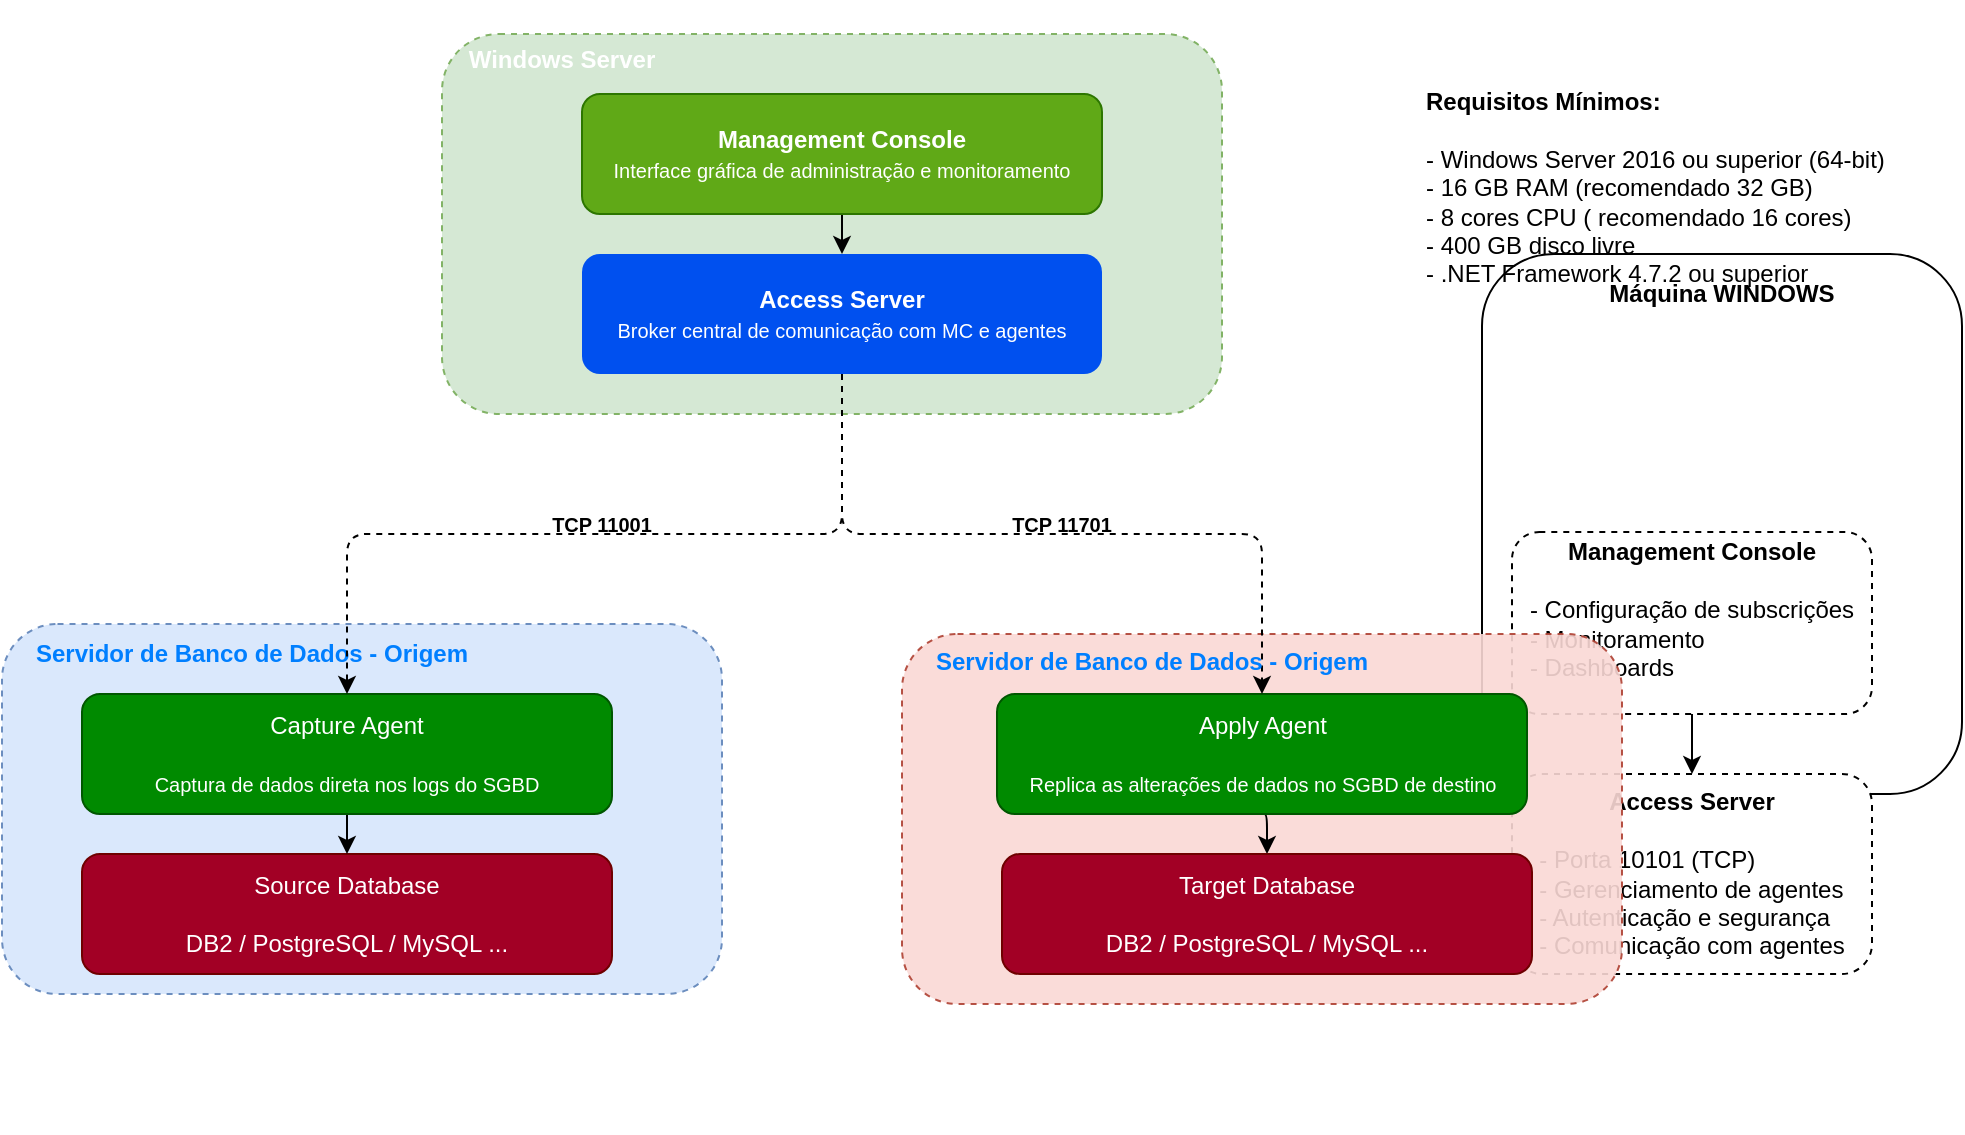
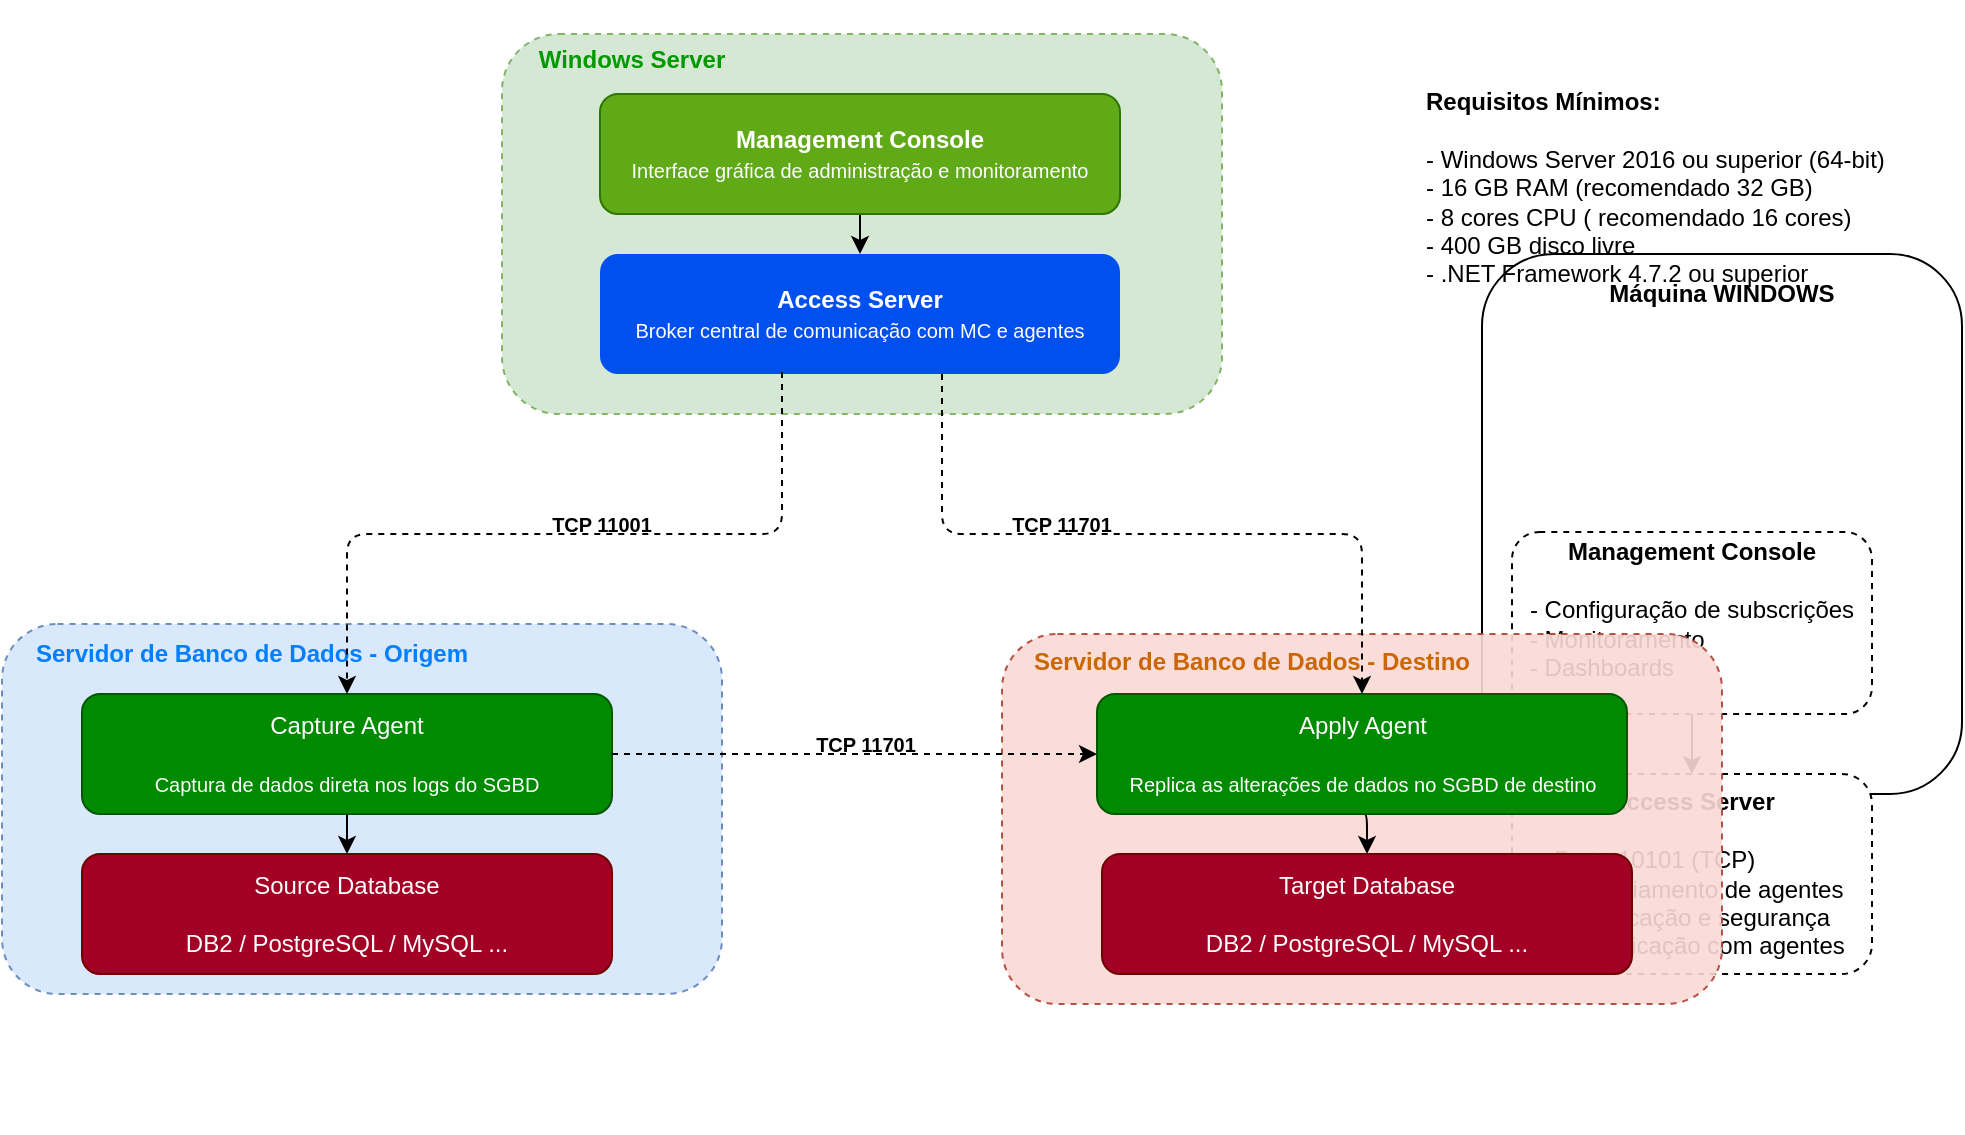
<mxfile host="app.diagrams.net">
  <diagram name="Page-1" id="ufLM51pSvgMN4Yb4cNfk">
    <mxGraphModel dx="1414" dy="766" grid="1" gridSize="10" guides="1" tooltips="1" connect="1" arrows="1" fold="1" page="1" pageScale="1" pageWidth="1169" pageHeight="827" math="0" shadow="0">
      <root>
        <mxCell id="0" />
        <mxCell id="1" parent="0" />
        <mxCell id="JlA0C_7pM_n0fd6ZD8XW-1" parent="1" style="rounded=1;whiteSpace=wrap;html=1;" value="&lt;div&gt;&lt;b&gt;&lt;br&gt;&lt;/b&gt;&lt;/div&gt;&lt;b&gt;&lt;div&gt;&lt;b&gt;&lt;br&gt;&lt;/b&gt;&lt;/div&gt;Máquina WINDOWS&lt;/b&gt;&lt;div&gt;&lt;b&gt;&lt;br&gt;&lt;/b&gt;&lt;div&gt;&lt;div&gt;&lt;b&gt;&lt;br&gt;&lt;/b&gt;&lt;/div&gt;&lt;div&gt;&lt;b&gt;&lt;br&gt;&lt;/b&gt;&lt;/div&gt;&lt;div&gt;&lt;b&gt;&lt;br&gt;&lt;/b&gt;&lt;/div&gt;&lt;div&gt;&lt;b&gt;&lt;br&gt;&lt;/b&gt;&lt;/div&gt;&lt;div&gt;&lt;b&gt;&lt;br&gt;&lt;/b&gt;&lt;/div&gt;&lt;div&gt;&lt;b&gt;&lt;br&gt;&lt;/b&gt;&lt;/div&gt;&lt;div&gt;&lt;b&gt;&lt;br&gt;&lt;/b&gt;&lt;/div&gt;&lt;div&gt;&lt;b&gt;&lt;br&gt;&lt;/b&gt;&lt;/div&gt;&lt;div&gt;&lt;b&gt;&lt;br&gt;&lt;/b&gt;&lt;/div&gt;&lt;div&gt;&lt;b&gt;&lt;br&gt;&lt;/b&gt;&lt;/div&gt;&lt;div&gt;&lt;b&gt;&lt;br&gt;&lt;/b&gt;&lt;/div&gt;&lt;div&gt;&lt;b&gt;&lt;br&gt;&lt;/b&gt;&lt;/div&gt;&lt;div&gt;&lt;b&gt;&lt;br&gt;&lt;/b&gt;&lt;/div&gt;&lt;div&gt;&lt;b&gt;&lt;br&gt;&lt;/b&gt;&lt;/div&gt;&lt;div&gt;&lt;b&gt;&lt;br&gt;&lt;/b&gt;&lt;/div&gt;&lt;div&gt;&lt;b&gt;&lt;br&gt;&lt;/b&gt;&lt;/div&gt;&lt;div&gt;&lt;br&gt;&lt;/div&gt;&lt;/div&gt;&lt;/div&gt;" vertex="1">
          <mxGeometry height="270" width="240" x="910" y="210" as="geometry" />
        </mxCell>
        <mxCell id="JlA0C_7pM_n0fd6ZD8XW-12" edge="1" parent="1" source="JlA0C_7pM_n0fd6ZD8XW-5" style="edgeStyle=orthogonalEdgeStyle;rounded=1;orthogonalLoop=1;jettySize=auto;html=1;" target="JlA0C_7pM_n0fd6ZD8XW-8" value="">
          <mxGeometry relative="1" as="geometry" />
        </mxCell>
        <mxCell id="JlA0C_7pM_n0fd6ZD8XW-5" parent="1" style="rounded=1;whiteSpace=wrap;html=1;dashed=1;" value="&lt;div&gt;&lt;br class=&quot;Apple-interchange-newline&quot;&gt;&lt;br&gt;&lt;/div&gt;&lt;div&gt;&lt;br&gt;&lt;/div&gt;&lt;div&gt;&lt;br&gt;&lt;/div&gt;&lt;b&gt;&lt;div&gt;&lt;b&gt;&lt;br&gt;&lt;/b&gt;&lt;/div&gt;Management Console&lt;/b&gt;&lt;div&gt;&lt;span style=&quot;background-color: transparent; color: light-dark(rgb(0, 0, 0), rgb(255, 255, 255)); text-align: left;&quot;&gt;&lt;br&gt;&lt;/span&gt;&lt;/div&gt;&lt;div&gt;&lt;span style=&quot;background-color: transparent; color: light-dark(rgb(0, 0, 0), rgb(255, 255, 255)); text-align: left;&quot;&gt;- Configuração de subscrições&lt;/span&gt;&lt;/div&gt;&lt;div style=&quot;text-align: left;&quot;&gt;- Monitoramento&lt;/div&gt;&lt;div style=&quot;text-align: left;&quot;&gt;- Dashboards&lt;/div&gt;&lt;div&gt;&lt;br&gt;&lt;/div&gt;&lt;div&gt;&lt;br&gt;&lt;/div&gt;&lt;div&gt;&lt;br&gt;&lt;/div&gt;&lt;div&gt;&lt;br&gt;&lt;/div&gt;&lt;div&gt;&lt;br&gt;&lt;/div&gt;&lt;div&gt;&lt;br&gt;&lt;/div&gt;" vertex="1">
          <mxGeometry height="91" width="180" x="925" y="349" as="geometry" />
        </mxCell>
        <mxCell id="JlA0C_7pM_n0fd6ZD8XW-6" edge="1" parent="1" source="JlA0C_7pM_n0fd6ZD8XW-5" style="edgeStyle=orthogonalEdgeStyle;rounded=1;orthogonalLoop=1;jettySize=auto;html=1;exitX=0.5;exitY=1;exitDx=0;exitDy=0;" target="JlA0C_7pM_n0fd6ZD8XW-5">
          <mxGeometry relative="1" as="geometry" />
        </mxCell>
        <mxCell id="JlA0C_7pM_n0fd6ZD8XW-8" parent="1" style="rounded=1;whiteSpace=wrap;html=1;dashed=1;" value="&lt;div&gt;&lt;br class=&quot;Apple-interchange-newline&quot;&gt;&lt;br&gt;&lt;/div&gt;&lt;div&gt;&lt;br&gt;&lt;/div&gt;&lt;div&gt;&lt;br&gt;&lt;/div&gt;&lt;div&gt;&lt;br&gt;&lt;/div&gt;&lt;b&gt;&lt;div&gt;&lt;b&gt;&lt;br&gt;&lt;/b&gt;&lt;/div&gt;Access Server&lt;br&gt;&lt;/b&gt;&lt;div&gt;&lt;br&gt;&lt;/div&gt;&lt;div style=&quot;text-align: left;&quot;&gt;- Porta 10101 (TCP)&lt;/div&gt;&lt;div style=&quot;text-align: left;&quot;&gt;- Gerenciamento de agentes&lt;/div&gt;&lt;div style=&quot;text-align: left;&quot;&gt;- Autenticação e segurança&lt;/div&gt;&lt;div style=&quot;text-align: left;&quot;&gt;- Comunicação com agentes&lt;/div&gt;&lt;div&gt;&lt;br&gt;&lt;/div&gt;&lt;div&gt;&lt;br&gt;&lt;/div&gt;&lt;div&gt;&lt;br&gt;&lt;/div&gt;&lt;div&gt;&lt;br&gt;&lt;/div&gt;&lt;div&gt;&lt;br&gt;&lt;/div&gt;&lt;div&gt;&lt;br&gt;&lt;/div&gt;" vertex="1">
          <mxGeometry height="100" width="180" x="925" y="470" as="geometry" />
        </mxCell>
        <mxCell id="JlA0C_7pM_n0fd6ZD8XW-11" parent="1" style="text;html=1;whiteSpace=wrap;strokeColor=none;fillColor=none;align=left;verticalAlign=middle;rounded=1;" value="&lt;b&gt;Requisitos Mínimos:&amp;nbsp;&lt;/b&gt;&lt;div&gt;&lt;br&gt;&lt;div&gt;- Windows Server 2016 ou superior (64-bit)&lt;/div&gt;&lt;div&gt;- 16 GB RAM (recomendado 32 GB)&lt;/div&gt;&lt;div&gt;- 8 cores CPU ( recomendado 16 cores)&lt;/div&gt;&lt;div&gt;- 400 GB disco livre&lt;/div&gt;&lt;div&gt;- .NET Framework 4.7.2 ou superior&lt;/div&gt;&lt;/div&gt;" vertex="1">
          <mxGeometry height="94" width="270" x="880" y="130" as="geometry" />
        </mxCell>
        <mxCell id="tYhzWE4TQe1GP2W0sffB-1" parent="1" style="rounded=1;whiteSpace=wrap;html=1;fillColor=#d5e8d4;strokeColor=#82b366;dashed=1;" value="" vertex="1">
-           <mxGeometry height="190" width="390" x="390" y="100" as="geometry" />
+           <mxGeometry height="190" width="360" x="420" y="100" as="geometry" />
        </mxCell>
        <mxCell id="tYhzWE4TQe1GP2W0sffB-25" edge="1" parent="1" source="tYhzWE4TQe1GP2W0sffB-2" style="edgeStyle=orthogonalEdgeStyle;rounded=1;orthogonalLoop=1;jettySize=auto;html=1;exitX=0.5;exitY=1;exitDx=0;exitDy=0;entryX=0.5;entryY=0;entryDx=0;entryDy=0;" target="tYhzWE4TQe1GP2W0sffB-3">
          <mxGeometry relative="1" as="geometry" />
        </mxCell>
        <mxCell id="tYhzWE4TQe1GP2W0sffB-2" parent="1" style="rounded=1;whiteSpace=wrap;html=1;fillColor=#60a917;strokeColor=#2D7600;fontColor=#ffffff;" value="&lt;b&gt;Management Console&lt;/b&gt;&lt;div&gt;&lt;font style=&quot;font-size: 10px;&quot;&gt;Interface gráfica de administração e monitoramento&lt;/font&gt;&lt;/div&gt;" vertex="1">
-           <mxGeometry height="60" width="260" x="460" y="130" as="geometry" />
+           <mxGeometry height="60" width="260" x="469" y="130" as="geometry" />
        </mxCell>
        <mxCell id="tYhzWE4TQe1GP2W0sffB-3" parent="1" style="rounded=1;whiteSpace=wrap;html=1;fillColor=#0050ef;fontColor=#ffffff;strokeColor=none;" value="&lt;b&gt;Access Server&lt;/b&gt;&lt;div&gt;&lt;font style=&quot;font-size: 10px;&quot;&gt;Broker central de comunicação com MC e agentes&lt;/font&gt;&lt;/div&gt;" vertex="1">
-           <mxGeometry height="60" width="260" x="460" y="210" as="geometry" />
+           <mxGeometry height="60" width="260" x="469" y="210" as="geometry" />
        </mxCell>
-         <mxCell id="tYhzWE4TQe1GP2W0sffB-6" parent="1" style="text;html=1;whiteSpace=wrap;strokeColor=none;fillColor=none;align=center;verticalAlign=middle;rounded=1;" value="&lt;font style=&quot;color: light-dark(rgb(255, 255, 255), rgb(255, 51, 255));&quot;&gt;&lt;b&gt;Windows Server&lt;/b&gt;&lt;/font&gt;" vertex="1">
-           <mxGeometry height="60" width="100" x="400" y="83" as="geometry" />
+         <mxCell id="tYhzWE4TQe1GP2W0sffB-6" parent="1" style="text;html=1;whiteSpace=wrap;strokeColor=none;fillColor=none;align=center;verticalAlign=middle;rounded=1;" value="&lt;font style=&quot;color: rgb(0, 153, 0);&quot;&gt;&lt;b style=&quot;&quot;&gt;Windows Server&lt;/b&gt;&lt;/font&gt;" vertex="1">
+           <mxGeometry height="60" width="100" x="435" y="83" as="geometry" />
        </mxCell>
        <mxCell id="tYhzWE4TQe1GP2W0sffB-7" parent="1" style="rounded=1;whiteSpace=wrap;html=1;fillColor=#dae8fc;strokeColor=#6c8ebf;dashed=1;" value="" vertex="1">
          <mxGeometry height="185" width="360" x="170" y="395" as="geometry" />
        </mxCell>
        <mxCell id="tYhzWE4TQe1GP2W0sffB-8" parent="1" style="text;html=1;whiteSpace=wrap;strokeColor=none;fillColor=none;align=center;verticalAlign=middle;rounded=1;" value="&lt;font style=&quot;color: light-dark(rgb(0, 127, 255), rgb(255, 51, 255));&quot;&gt;&lt;b style=&quot;&quot;&gt;Servidor de Banco de Dados - Origem&lt;/b&gt;&lt;/font&gt;" vertex="1">
          <mxGeometry height="60" width="250" x="170" y="380" as="geometry" />
        </mxCell>
        <mxCell id="tYhzWE4TQe1GP2W0sffB-10" parent="1" style="rounded=1;whiteSpace=wrap;html=1;fillColor=#a20025;fontColor=#ffffff;strokeColor=#6F0000;" value="Source Database&lt;div&gt;&lt;br&gt;&lt;/div&gt;&lt;div&gt;DB2 / PostgreSQL / MySQL ...&lt;/div&gt;" vertex="1">
          <mxGeometry height="60" width="265" x="210" y="510" as="geometry" />
        </mxCell>
        <mxCell id="tYhzWE4TQe1GP2W0sffB-16" edge="1" parent="1" source="tYhzWE4TQe1GP2W0sffB-12" style="edgeStyle=orthogonalEdgeStyle;rounded=1;orthogonalLoop=1;jettySize=auto;html=1;exitX=0.5;exitY=1;exitDx=0;exitDy=0;entryX=0.5;entryY=0;entryDx=0;entryDy=0;" target="tYhzWE4TQe1GP2W0sffB-10">
          <mxGeometry relative="1" as="geometry" />
        </mxCell>
        <mxCell id="tYhzWE4TQe1GP2W0sffB-12" parent="1" style="rounded=1;whiteSpace=wrap;html=1;fillColor=#008a00;fontColor=#ffffff;strokeColor=#005700;" value="&lt;div&gt;&lt;br&gt;&lt;/div&gt;Capture Agent&lt;div&gt;&lt;br&gt;&lt;div&gt;&lt;font style=&quot;font-size: 10px;&quot;&gt;Captura de dados direta nos logs do SGBD&lt;/font&gt;&lt;/div&gt;&lt;div&gt;&lt;br&gt;&lt;/div&gt;&lt;/div&gt;" vertex="1">
          <mxGeometry height="60" width="265" x="210" y="430" as="geometry" />
        </mxCell>
-         <mxCell id="tYhzWE4TQe1GP2W0sffB-14" edge="1" parent="1" source="tYhzWE4TQe1GP2W0sffB-3" style="edgeStyle=orthogonalEdgeStyle;rounded=1;orthogonalLoop=1;jettySize=auto;html=1;dashed=1;" target="tYhzWE4TQe1GP2W0sffB-12">
+         <mxCell id="tYhzWE4TQe1GP2W0sffB-14" edge="1" parent="1" source="tYhzWE4TQe1GP2W0sffB-3" style="edgeStyle=orthogonalEdgeStyle;rounded=1;orthogonalLoop=1;jettySize=auto;html=1;dashed=1;exitX=0.35;exitY=0.983;exitDx=0;exitDy=0;exitPerimeter=0;" target="tYhzWE4TQe1GP2W0sffB-12">
          <mxGeometry relative="1" as="geometry" />
        </mxCell>
        <mxCell id="tYhzWE4TQe1GP2W0sffB-15" parent="1" style="text;html=1;whiteSpace=wrap;strokeColor=none;fillColor=none;align=center;verticalAlign=middle;rounded=0;" value="&lt;font style=&quot;font-size: 10px;&quot;&gt;&lt;b&gt;TCP 11001&lt;/b&gt;&lt;/font&gt;" vertex="1">
          <mxGeometry height="30" width="100" x="420" y="330" as="geometry" />
        </mxCell>
        <mxCell id="tYhzWE4TQe1GP2W0sffB-17" parent="1" style="rounded=1;whiteSpace=wrap;html=1;fillColor=#fad9d5;strokeColor=#ae4132;dashed=1;opacity=90;" value="" vertex="1">
-           <mxGeometry height="185" width="360" x="620" y="400" as="geometry" />
+           <mxGeometry height="185" width="360" x="670" y="400" as="geometry" />
        </mxCell>
        <mxCell id="tYhzWE4TQe1GP2W0sffB-21" edge="1" parent="1" source="tYhzWE4TQe1GP2W0sffB-18" style="edgeStyle=orthogonalEdgeStyle;rounded=1;orthogonalLoop=1;jettySize=auto;html=1;exitX=0.5;exitY=1;exitDx=0;exitDy=0;entryX=0.5;entryY=0;entryDx=0;entryDy=0;" target="tYhzWE4TQe1GP2W0sffB-19">
          <mxGeometry relative="1" as="geometry" />
        </mxCell>
        <mxCell id="tYhzWE4TQe1GP2W0sffB-18" parent="1" style="rounded=1;whiteSpace=wrap;html=1;fillColor=#008a00;fontColor=#ffffff;strokeColor=#005700;" value="&lt;div&gt;&lt;br&gt;&lt;/div&gt;Apply Agent&lt;div&gt;&lt;br&gt;&lt;div&gt;&lt;span style=&quot;font-size: 10px;&quot;&gt;Replica as alterações de dados no SGBD de destino&lt;/span&gt;&lt;/div&gt;&lt;div&gt;&lt;br&gt;&lt;/div&gt;&lt;/div&gt;" vertex="1">
-           <mxGeometry height="60" width="265" x="667.5" y="430" as="geometry" />
+           <mxGeometry height="60" width="265" x="717.5" y="430" as="geometry" />
        </mxCell>
        <mxCell id="tYhzWE4TQe1GP2W0sffB-19" parent="1" style="rounded=1;whiteSpace=wrap;html=1;fillColor=#a20025;fontColor=#ffffff;strokeColor=#6F0000;" value="Target Database&lt;div&gt;&lt;br&gt;&lt;/div&gt;&lt;div&gt;DB2 / PostgreSQL / MySQL ...&lt;/div&gt;" vertex="1">
-           <mxGeometry height="60" width="265" x="670" y="510" as="geometry" />
+           <mxGeometry height="60" width="265" x="720" y="510" as="geometry" />
        </mxCell>
        <mxCell id="tYhzWE4TQe1GP2W0sffB-23" parent="1" style="text;html=1;whiteSpace=wrap;strokeColor=none;fillColor=none;align=center;verticalAlign=middle;rounded=0;" value="&lt;font style=&quot;font-size: 10px;&quot;&gt;&lt;b&gt;TCP 11701&lt;/b&gt;&lt;/font&gt;" vertex="1">
          <mxGeometry height="30" width="100" x="650" y="330" as="geometry" />
        </mxCell>
-         <mxCell id="tYhzWE4TQe1GP2W0sffB-22" edge="1" parent="1" source="tYhzWE4TQe1GP2W0sffB-3" style="edgeStyle=orthogonalEdgeStyle;rounded=1;orthogonalLoop=1;jettySize=auto;html=1;entryX=0.5;entryY=0;entryDx=0;entryDy=0;dashed=1;" target="tYhzWE4TQe1GP2W0sffB-18">
+         <mxCell id="tYhzWE4TQe1GP2W0sffB-22" edge="1" parent="1" style="edgeStyle=orthogonalEdgeStyle;rounded=1;orthogonalLoop=1;jettySize=auto;html=1;entryX=0.5;entryY=0;entryDx=0;entryDy=0;dashed=1;" target="tYhzWE4TQe1GP2W0sffB-18">
          <mxGeometry relative="1" as="geometry">
            <Array as="points">
-               <mxPoint x="590" y="350" />
-               <mxPoint x="800" y="350" />
+               <mxPoint x="640" y="350" />
+               <mxPoint x="850" y="350" />
            </Array>
+             <mxPoint x="640" y="270" as="sourcePoint" />
          </mxGeometry>
        </mxCell>
-         <mxCell id="tYhzWE4TQe1GP2W0sffB-24" parent="1" style="text;html=1;whiteSpace=wrap;strokeColor=none;fillColor=none;align=center;verticalAlign=middle;rounded=1;" value="&lt;font style=&quot;color: light-dark(rgb(0, 127, 255), rgb(255, 51, 255));&quot;&gt;&lt;b style=&quot;&quot;&gt;Servidor de Banco de Dados - Origem&lt;/b&gt;&lt;/font&gt;" vertex="1">
-           <mxGeometry height="60" width="250" x="620" y="384" as="geometry" />
+         <mxCell id="tYhzWE4TQe1GP2W0sffB-24" parent="1" style="text;html=1;whiteSpace=wrap;strokeColor=none;fillColor=none;align=center;verticalAlign=middle;rounded=1;" value="&lt;font style=&quot;color: rgb(204, 102, 0);&quot;&gt;&lt;b style=&quot;&quot;&gt;Servidor de Banco de Dados - Destino&lt;/b&gt;&lt;/font&gt;" vertex="1">
+           <mxGeometry height="60" width="250" x="670" y="384" as="geometry" />
+         </mxCell>
+         <mxCell id="tYhzWE4TQe1GP2W0sffB-27" edge="1" parent="1" source="tYhzWE4TQe1GP2W0sffB-12" style="edgeStyle=orthogonalEdgeStyle;rounded=0;orthogonalLoop=1;jettySize=auto;html=1;exitX=1;exitY=0.5;exitDx=0;exitDy=0;entryX=0;entryY=0.5;entryDx=0;entryDy=0;dashed=1;" target="tYhzWE4TQe1GP2W0sffB-18">
+           <mxGeometry relative="1" as="geometry" />
+         </mxCell>
+         <mxCell id="tYhzWE4TQe1GP2W0sffB-28" parent="1" style="text;html=1;whiteSpace=wrap;strokeColor=none;fillColor=none;align=center;verticalAlign=middle;rounded=0;" value="&lt;font style=&quot;font-size: 10px;&quot;&gt;&lt;b&gt;TCP 11701&lt;/b&gt;&lt;/font&gt;" vertex="1">
+           <mxGeometry height="30" width="100" x="552" y="440" as="geometry" />
        </mxCell>
      </root>
    </mxGraphModel>
  </diagram>
</mxfile>
